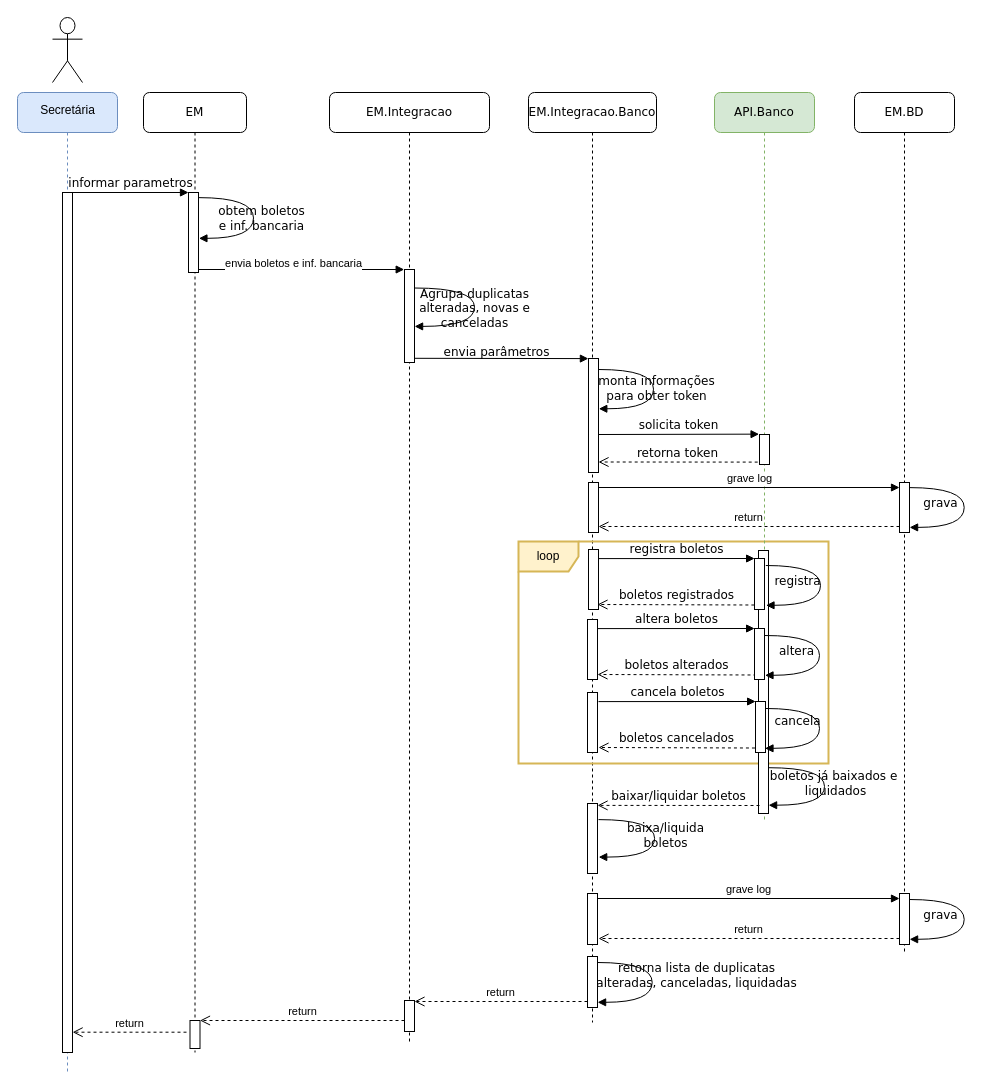
Above: Diagrama sem nome.drawio in Joao-Daniel-EM/Joao-Daniel-EM (draw.io), before the change. Source tidied: cells renumbered, new cells numbered last; positions are measured from the earlier drawing's top-left corner, leaving out a move shared by most shapes. Both pictures are drawn from the tidied source at 100%, with x=0, y=0 at pixel (17, 17).
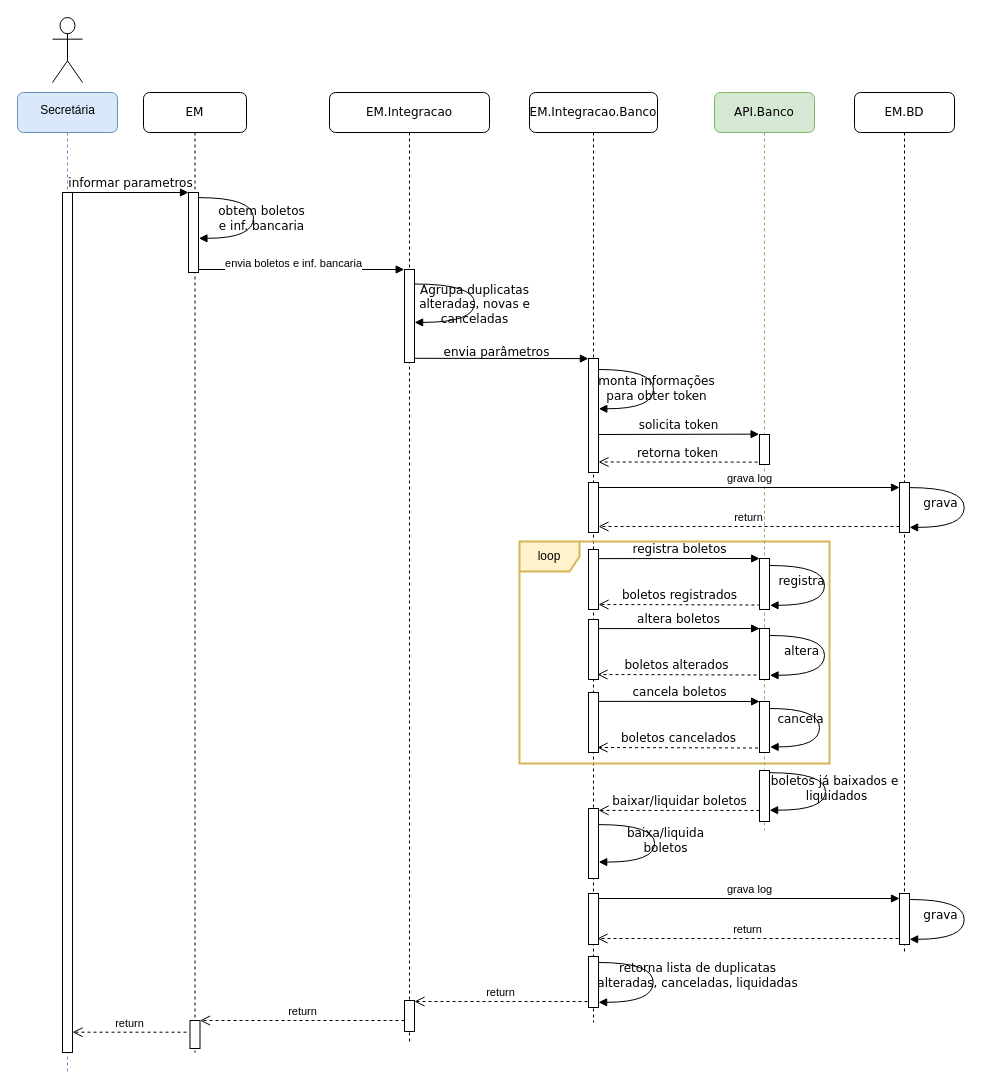
Above is the later version.

The change refers to these unchanged cells:
```xml
<mxCell id="7" style="html=1;points=[[0,0,0,0,5],[0,1,0,0,-5],[1,0,0,0,5],[1,1,0,0,-5]];perimeter=orthogonalPerimeter;outlineConnect=0;targetShapes=umlLifeline;portConstraint=eastwest;newEdgeStyle={&quot;curved&quot;:0,&quot;rounded&quot;:0};" parent="2" vertex="1">
  <mxGeometry x="59" y="801" width="10" height="51" as="geometry" />
</mxCell>
<mxCell id="25" value="EM.Integracao" style="shape=umlLifeline;perimeter=lifelinePerimeter;whiteSpace=wrap;html=1;rounded=1;shadow=0;comic=0;labelBackgroundColor=none;strokeWidth=1;fontFamily=Verdana;fontSize=12;align=center;" parent="1" vertex="1">
  <mxGeometry x="312" y="75" width="160" height="950" as="geometry" />
</mxCell>
<mxCell id="30" style="html=1;points=[[0,0,0,0,5],[0,1,0,0,-5],[1,0,0,0,5],[1,1,0,0,-5]];perimeter=orthogonalPerimeter;outlineConnect=0;targetShapes=umlLifeline;portConstraint=eastwest;newEdgeStyle={&quot;curved&quot;:0,&quot;rounded&quot;:0};" parent="29" vertex="1">
  <mxGeometry x="45" y="801" width="10" height="51" as="geometry" />
</mxCell>
<mxCell id="31" style="html=1;points=[[0,0,0,0,5],[0,1,0,0,-5],[1,0,0,0,5],[1,1,0,0,-5]];perimeter=orthogonalPerimeter;outlineConnect=0;targetShapes=umlLifeline;portConstraint=eastwest;newEdgeStyle={&quot;curved&quot;:0,&quot;rounded&quot;:0};" parent="29" vertex="1">
  <mxGeometry x="45" y="390" width="10" height="50" as="geometry" />
</mxCell>
```

Diff of the diagram source:
```diff
@@
     <mxCell id="2" value="EM.Integracao.Banco" style="shape=umlLifeline;perimeter=lifelinePerimeter;whiteSpace=wrap;html=1;rounded=1;shadow=0;comic=0;labelBackgroundColor=none;strokeWidth=1;fontFamily=Verdana;fontSize=12;align=center;" parent="1" vertex="1">
-      <mxGeometry x="511" y="75" width="128" height="930" as="geometry" />
+      <mxGeometry x="512" y="75" width="128" height="930" as="geometry" />
     </mxCell>
     <mxCell id="3" style="html=1;perimeter=orthogonalPerimeter;rounded=0;shadow=0;comic=0;labelBackgroundColor=none;strokeColor=#000000;strokeWidth=1;fillColor=#FFFFFF;fontFamily=Verdana;fontSize=12;fontColor=#000000;align=center;" parent="2" vertex="1">
-      <mxGeometry x="60" y="457" width="10" height="60" as="geometry" />
+      <mxGeometry x="59" y="457" width="10" height="60" as="geometry" />
     </mxCell>
     <mxCell id="4" style="html=1;points=[];perimeter=orthogonalPerimeter;rounded=0;shadow=0;comic=0;labelBackgroundColor=none;strokeColor=#000000;strokeWidth=1;fillColor=#FFFFFF;fontFamily=Verdana;fontSize=12;fontColor=#000000;align=center;" parent="2" vertex="1">
-      <mxGeometry x="59" y="711" width="10" height="70" as="geometry" />
+      <mxGeometry x="59" y="716" width="10" height="70" as="geometry" />
     </mxCell>
@@
     <mxCell id="6" value="baixa/liquida&lt;br&gt;boletos" style="html=1;verticalAlign=bottom;endArrow=block;labelBackgroundColor=none;fontFamily=Verdana;fontSize=12;elbow=vertical;edgeStyle=orthogonalEdgeStyle;curved=1;exitX=0.993;exitY=0.772;exitPerimeter=0;exitDx=0;exitDy=0;entryX=1.011;entryY=0.906;entryDx=0;entryDy=0;entryPerimeter=0;" parent="2" edge="1">
       <mxGeometry x="0.19" y="11" relative="1" as="geometry">
-        <mxPoint x="70" y="727.1" as="sourcePoint" />
-        <mxPoint x="70.2" y="764.6" as="targetPoint" />
+        <mxPoint x="69" y="732.1" as="sourcePoint" />
+        <mxPoint x="69.2" y="769.6" as="targetPoint" />
         <Array as="points">
-          <mxPoint x="126.1" y="726.9" />
-          <mxPoint x="126.1" y="764.9" />
-          <mxPoint x="70.1" y="764.9" />
+          <mxPoint x="125.1" y="731.9" />
+          <mxPoint x="125.1" y="769.9" />
+          <mxPoint x="69.1" y="769.9" />
         </Array>
       </mxGeometry>
     </mxCell>
@@
     <mxCell id="8" style="html=1;points=[[0,0,0,0,5],[0,1,0,0,-5],[1,0,0,0,5],[1,1,0,0,-5]];perimeter=orthogonalPerimeter;outlineConnect=0;targetShapes=umlLifeline;portConstraint=eastwest;newEdgeStyle={&quot;curved&quot;:0,&quot;rounded&quot;:0};" parent="2" vertex="1">
-      <mxGeometry x="60" y="390" width="10" height="50" as="geometry" />
+      <mxGeometry x="59" y="390" width="10" height="50" as="geometry" />
     </mxCell>
@@
     <mxCell id="11" value="API.Banco" style="shape=umlLifeline;perimeter=lifelinePerimeter;whiteSpace=wrap;html=1;rounded=1;shadow=0;comic=0;labelBackgroundColor=none;strokeWidth=1;fontFamily=Verdana;fontSize=12;align=center;fillColor=#d5e8d4;strokeColor=#82b366;" parent="1" vertex="1">
-      <mxGeometry x="697" y="75" width="100" height="730" as="geometry" />
+      <mxGeometry x="697" y="75" width="100" height="738" as="geometry" />
     </mxCell>
-    <mxCell id="12" value="boletos registrados" style="html=1;verticalAlign=bottom;endArrow=open;dashed=1;endSize=8;exitX=-0.014;exitY=0.912;labelBackgroundColor=none;fontFamily=Verdana;fontSize=12;exitDx=0;exitDy=0;exitPerimeter=0;" parent="11" edge="1" source="18">
+    <mxCell id="12" value="boletos registrados" style="html=1;verticalAlign=bottom;endArrow=open;dashed=1;endSize=8;exitX=-0.014;exitY=0.912;labelBackgroundColor=none;fontFamily=Verdana;fontSize=12;exitDx=0;exitDy=0;exitPerimeter=0;" parent="11" edge="1">
       <mxGeometry relative="1" as="geometry">
-        <mxPoint x="-117" y="512" as="targetPoint" />
+        <mxPoint x="45.9" y="512.5" as="sourcePoint" />
+        <mxPoint x="-116" y="512" as="targetPoint" />
       </mxGeometry>
     </mxCell>
@@
     <mxCell id="15" style="html=1;perimeter=orthogonalPerimeter;rounded=0;shadow=0;comic=0;labelBackgroundColor=none;strokeColor=#000000;strokeWidth=1;fillColor=#FFFFFF;fontFamily=Verdana;fontSize=12;fontColor=#000000;align=center;" parent="11" vertex="1">
-      <mxGeometry x="-127" y="527" width="10" height="60" as="geometry" />
+      <mxGeometry x="-126" y="527" width="10" height="60" as="geometry" />
     </mxCell>
-    <mxCell id="16" style="html=1;perimeter=orthogonalPerimeter;rounded=0;shadow=0;comic=0;labelBackgroundColor=none;strokeWidth=1;fontFamily=Verdana;fontSize=12;align=center;" parent="11" vertex="1">
-      <mxGeometry x="44" y="458" width="10" height="263" as="geometry" />
-    </mxCell>
     <mxCell id="17" value="boletos já baixados e&amp;nbsp;&lt;br&gt;liquidados" style="html=1;verticalAlign=bottom;endArrow=block;labelBackgroundColor=none;fontFamily=Verdana;fontSize=12;elbow=vertical;edgeStyle=orthogonalEdgeStyle;curved=1;exitX=0.993;exitY=0.772;exitPerimeter=0;exitDx=0;exitDy=0;entryX=1.011;entryY=0.906;entryDx=0;entryDy=0;entryPerimeter=0;" parent="11" edge="1">
       <mxGeometry x="0.19" y="11" relative="1" as="geometry">
-        <mxPoint x="53.9" y="675.2" as="sourcePoint" />
-        <mxPoint x="54.1" y="712.7" as="targetPoint" />
+        <mxPoint x="54.9" y="680.2" as="sourcePoint" />
+        <mxPoint x="55.1" y="717.7" as="targetPoint" />
         <Array as="points">
-          <mxPoint x="110" y="675" />
-          <mxPoint x="110" y="713" />
-          <mxPoint x="54" y="713" />
+          <mxPoint x="111" y="680" />
+          <mxPoint x="111" y="718" />
+          <mxPoint x="55" y="718" />
         </Array>
       </mxGeometry>
     </mxCell>
     <mxCell id="18" style="html=1;points=[];perimeter=orthogonalPerimeter;rounded=0;shadow=0;comic=0;labelBackgroundColor=none;strokeWidth=1;fontFamily=Verdana;fontSize=12;align=center;" parent="11" vertex="1">
-      <mxGeometry x="40" y="466" width="10" height="51" as="geometry" />
+      <mxGeometry x="45" y="466" width="10" height="51" as="geometry" />
     </mxCell>
     <mxCell id="19" style="html=1;points=[];perimeter=orthogonalPerimeter;rounded=0;shadow=0;comic=0;labelBackgroundColor=none;strokeWidth=1;fontFamily=Verdana;fontSize=12;align=center;" parent="11" vertex="1">
-      <mxGeometry x="40" y="536" width="10" height="51" as="geometry" />
+      <mxGeometry x="45" y="536" width="10" height="51" as="geometry" />
     </mxCell>
     <mxCell id="20" value="altera" style="html=1;verticalAlign=bottom;endArrow=block;labelBackgroundColor=none;fontFamily=Verdana;fontSize=12;elbow=vertical;edgeStyle=orthogonalEdgeStyle;curved=1;entryX=0.948;entryY=0.918;entryPerimeter=0;exitX=1.038;exitY=0.345;exitPerimeter=0;entryDx=0;entryDy=0;" parent="11" edge="1">
       <mxGeometry x="0.58" y="-15" relative="1" as="geometry">
-        <mxPoint x="50.3" y="543" as="sourcePoint" />
-        <mxPoint x="50.5" y="582.8" as="targetPoint" />
+        <mxPoint x="55.3" y="543" as="sourcePoint" />
+        <mxPoint x="55.5" y="582.8" as="targetPoint" />
         <Array as="points">
-          <mxPoint x="105" y="543" />
-          <mxPoint x="105" y="582" />
-          <mxPoint x="50" y="582" />
+          <mxPoint x="110" y="543" />
+          <mxPoint x="110" y="582" />
+          <mxPoint x="55" y="582" />
         </Array>
       </mxGeometry>
     </mxCell>
+    <mxCell id="60" style="html=1;perimeter=orthogonalPerimeter;rounded=0;shadow=0;comic=0;labelBackgroundColor=none;strokeWidth=1;fontFamily=Verdana;fontSize=12;align=center;" parent="11" vertex="1">
+      <mxGeometry x="45" y="678" width="10" height="51" as="geometry" />
+    </mxCell>
@@
     <mxCell id="27" value="Agrupa duplicatas&lt;br&gt;alteradas, novas e&lt;br&gt;canceladas" style="html=1;verticalAlign=bottom;endArrow=block;labelBackgroundColor=none;fontFamily=Verdana;fontSize=12;elbow=vertical;edgeStyle=orthogonalEdgeStyle;curved=1;exitX=0.988;exitY=0.052;exitPerimeter=0;exitDx=0;exitDy=0;entryX=1.011;entryY=0.288;entryDx=0;entryDy=0;entryPerimeter=0;" parent="25" edge="1">
       <mxGeometry x="0.25" y="6" relative="1" as="geometry">
-        <mxPoint x="84.9" y="195.5" as="sourcePoint" />
-        <mxPoint x="85.1" y="233.9" as="targetPoint" />
+        <mxPoint x="84.9" y="191.5" as="sourcePoint" />
+        <mxPoint x="85.1" y="229.9" as="targetPoint" />
         <Array as="points">
-          <mxPoint x="145" y="196" />
-          <mxPoint x="145" y="234" />
+          <mxPoint x="145" y="192" />
+          <mxPoint x="145" y="230" />
         </Array>
       </mxGeometry>
     </mxCell>
@@
     <mxCell id="43" style="html=1;points=[];perimeter=orthogonalPerimeter;rounded=0;shadow=0;comic=0;labelBackgroundColor=none;strokeColor=#000000;strokeWidth=1;fillColor=#FFFFFF;fontFamily=Verdana;fontSize=12;fontColor=#000000;align=center;" parent="1" vertex="1">
-      <mxGeometry x="570" y="675" width="10" height="60" as="geometry" />
+      <mxGeometry x="571" y="675" width="10" height="60" as="geometry" />
     </mxCell>
     <mxCell id="44" style="html=1;points=[];perimeter=orthogonalPerimeter;rounded=0;shadow=0;comic=0;labelBackgroundColor=none;strokeWidth=1;fontFamily=Verdana;fontSize=12;align=center;" parent="1" vertex="1">
-      <mxGeometry x="738" y="684" width="10" height="51" as="geometry" />
+      <mxGeometry x="742" y="684" width="10" height="51" as="geometry" />
     </mxCell>
-    <mxCell id="45" value="boletos cancelados" style="html=1;verticalAlign=bottom;endArrow=open;dashed=1;endSize=8;exitX=-0.055;exitY=0.912;labelBackgroundColor=none;fontFamily=Verdana;fontSize=12;exitDx=0;exitDy=0;exitPerimeter=0;" parent="1" edge="1" source="44">
+    <mxCell id="45" value="boletos cancelados" style="html=1;verticalAlign=bottom;endArrow=open;dashed=1;endSize=8;exitX=-0.055;exitY=0.912;labelBackgroundColor=none;fontFamily=Verdana;fontSize=12;exitDx=0;exitDy=0;exitPerimeter=0;" parent="1" edge="1">
       <mxGeometry relative="1" as="geometry">
-        <mxPoint x="581" y="730" as="targetPoint" />
+        <mxPoint x="740.5" y="730.5" as="sourcePoint" />
+        <mxPoint x="580" y="730" as="targetPoint" />
       </mxGeometry>
     </mxCell>
-    <mxCell id="46" value="cancela boletos" style="html=1;verticalAlign=bottom;endArrow=block;entryX=0.012;entryY=-0.001;labelBackgroundColor=none;fontFamily=Verdana;fontSize=12;edgeStyle=elbowEdgeStyle;elbow=vertical;entryDx=0;entryDy=0;entryPerimeter=0;" parent="1" edge="1" target="44">
+    <mxCell id="46" value="cancela boletos" style="html=1;verticalAlign=bottom;endArrow=block;entryX=0.012;entryY=-0.001;labelBackgroundColor=none;fontFamily=Verdana;fontSize=12;edgeStyle=elbowEdgeStyle;elbow=vertical;entryDx=0;entryDy=0;entryPerimeter=0;exitX=0.985;exitY=0.148;exitDx=0;exitDy=0;exitPerimeter=0;" parent="1" edge="1" source="43">
       <mxGeometry relative="1" as="geometry">
-        <mxPoint x="581" y="684.1" as="sourcePoint" />
+        <mxPoint x="742.1" y="683.9" as="targetPoint" />
       </mxGeometry>
     </mxCell>
-    <mxCell id="47" value="cancela" style="html=1;verticalAlign=bottom;endArrow=block;labelBackgroundColor=none;fontFamily=Verdana;fontSize=12;elbow=vertical;edgeStyle=orthogonalEdgeStyle;curved=1;entryX=0.948;entryY=0.918;entryPerimeter=0;entryDx=0;entryDy=0;exitX=1.04;exitY=0.137;exitDx=0;exitDy=0;exitPerimeter=0;" parent="1" edge="1" source="44" target="44">
+    <mxCell id="47" value="cancela" style="html=1;verticalAlign=bottom;endArrow=block;labelBackgroundColor=none;fontFamily=Verdana;fontSize=12;elbow=vertical;edgeStyle=orthogonalEdgeStyle;curved=1;exitX=1.04;exitY=0.137;exitDx=0;exitDy=0;exitPerimeter=0;entryX=1.058;entryY=0.891;entryDx=0;entryDy=0;entryPerimeter=0;" parent="1" edge="1" source="44" target="44">
       <mxGeometry x="0.56" y="-18" relative="1" as="geometry">
         <Array as="points">
           <mxPoint x="802" y="691" />
-          <mxPoint x="802" y="730" />
-          <mxPoint x="748" y="730" />
+          <mxPoint x="802" y="729" />
         </Array>
       </mxGeometry>
     </mxCell>
@@
     <mxCell id="49" value="registra" style="html=1;verticalAlign=bottom;endArrow=block;labelBackgroundColor=none;fontFamily=Verdana;fontSize=12;elbow=vertical;edgeStyle=orthogonalEdgeStyle;curved=1;entryX=0.948;entryY=0.918;entryPerimeter=0;exitX=1.038;exitY=0.345;exitPerimeter=0;entryDx=0;entryDy=0;" parent="1" edge="1">
       <mxGeometry x="0.58" y="-15" relative="1" as="geometry">
-        <mxPoint x="748.3" y="548" as="sourcePoint" />
-        <mxPoint x="748.5" y="587.8" as="targetPoint" />
+        <mxPoint x="752.3" y="548" as="sourcePoint" />
+        <mxPoint x="752.5" y="587.8" as="targetPoint" />
         <Array as="points">
-          <mxPoint x="803" y="548" />
-          <mxPoint x="803" y="587" />
-          <mxPoint x="748" y="587" />
+          <mxPoint x="807" y="548" />
+          <mxPoint x="807" y="587" />
+          <mxPoint x="752" y="587" />
         </Array>
       </mxGeometry>
     </mxCell>
     <mxCell id="50" value="baixar/liquidar boletos" style="html=1;verticalAlign=bottom;endArrow=open;dashed=1;endSize=8;exitX=-0.055;exitY=0.912;labelBackgroundColor=none;fontFamily=Verdana;fontSize=12;exitDx=0;exitDy=0;exitPerimeter=0;entryX=1.007;entryY=0.027;entryDx=0;entryDy=0;entryPerimeter=0;" parent="1" edge="1" target="4">
       <mxGeometry relative="1" as="geometry">
-        <mxPoint x="742" y="788" as="sourcePoint" />
+        <mxPoint x="742" y="793" as="sourcePoint" />
       </mxGeometry>
     </mxCell>
-    <mxCell id="51" value="grave log" style="html=1;verticalAlign=bottom;endArrow=block;curved=0;rounded=0;entryX=0;entryY=0;entryDx=0;entryDy=5;" parent="1" edge="1" source="7" target="30">
+    <mxCell id="51" value="grava log" style="html=1;verticalAlign=bottom;endArrow=block;curved=0;rounded=0;entryX=0;entryY=0;entryDx=0;entryDy=5;" parent="1" edge="1" source="7" target="30">
       <mxGeometry relative="1" as="geometry" />
     </mxCell>
     <mxCell id="52" value="return" style="html=1;verticalAlign=bottom;endArrow=open;dashed=1;endSize=8;curved=0;rounded=0;exitX=0;exitY=1;exitDx=0;exitDy=-5;entryX=1;entryY=1;entryDx=0;entryDy=-5;entryPerimeter=0;" parent="1" edge="1">
       <mxGeometry relative="1" as="geometry">
-        <mxPoint x="882" y="921" as="sourcePoint" />
-        <mxPoint x="581" y="921" as="targetPoint" />
+        <mxPoint x="881" y="921" as="sourcePoint" />
+        <mxPoint x="580" y="921" as="targetPoint" />
       </mxGeometry>
     </mxCell>
-    <mxCell id="53" value="grave log" style="html=1;verticalAlign=bottom;endArrow=block;curved=0;rounded=0;entryX=0;entryY=0;entryDx=0;entryDy=5;" parent="1" edge="1" source="8" target="31">
+    <mxCell id="53" value="grava log" style="html=1;verticalAlign=bottom;endArrow=block;curved=0;rounded=0;entryX=0;entryY=0;entryDx=0;entryDy=5;" parent="1" edge="1" source="8" target="31">
       <mxGeometry relative="1" as="geometry" />
     </mxCell>
```
